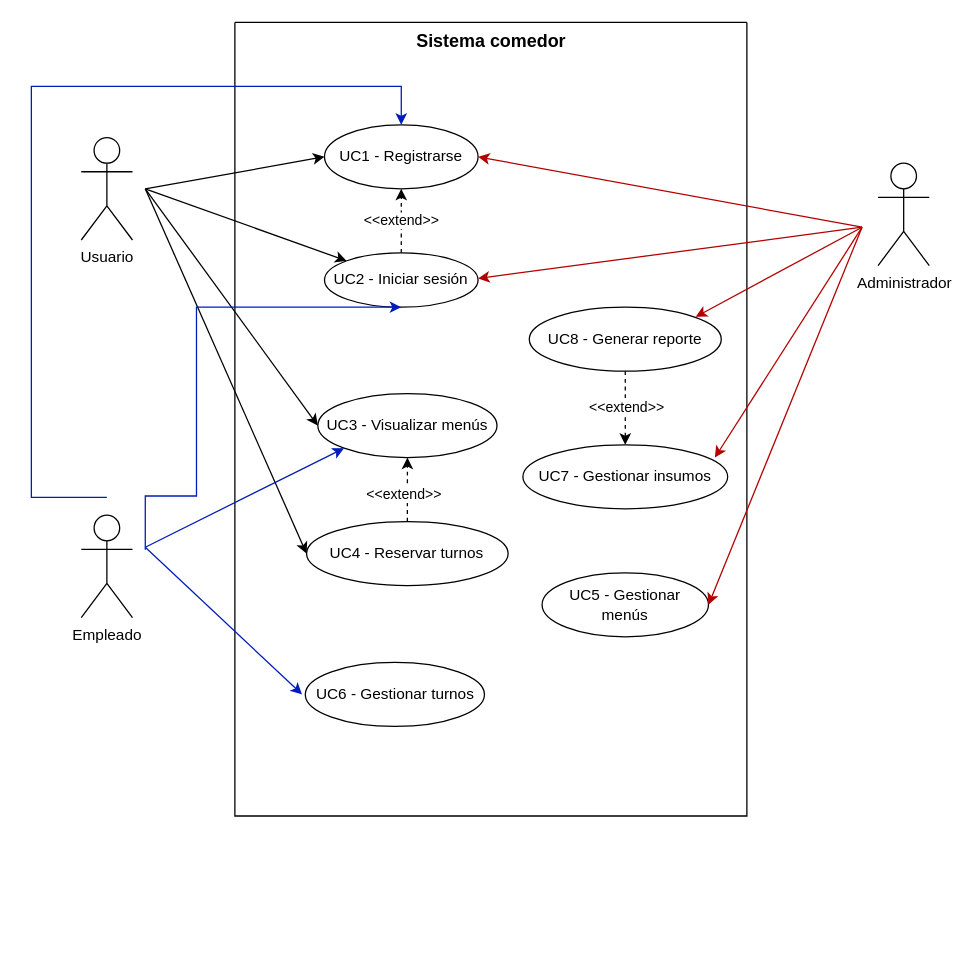
Before: docs/Requisitos/casos_de_uso.drawio.xml in IsaacTou/IS--8---C1-, a draw.io diagram. Source tidied: cells renumbered, new cells numbered last; positions are measured from the earlier drawing's top-left corner, leaving out a move shared by most shapes. Both pictures are drawn from the tidied source at 128%, with x=0, y=0 at pixel (31, 22).
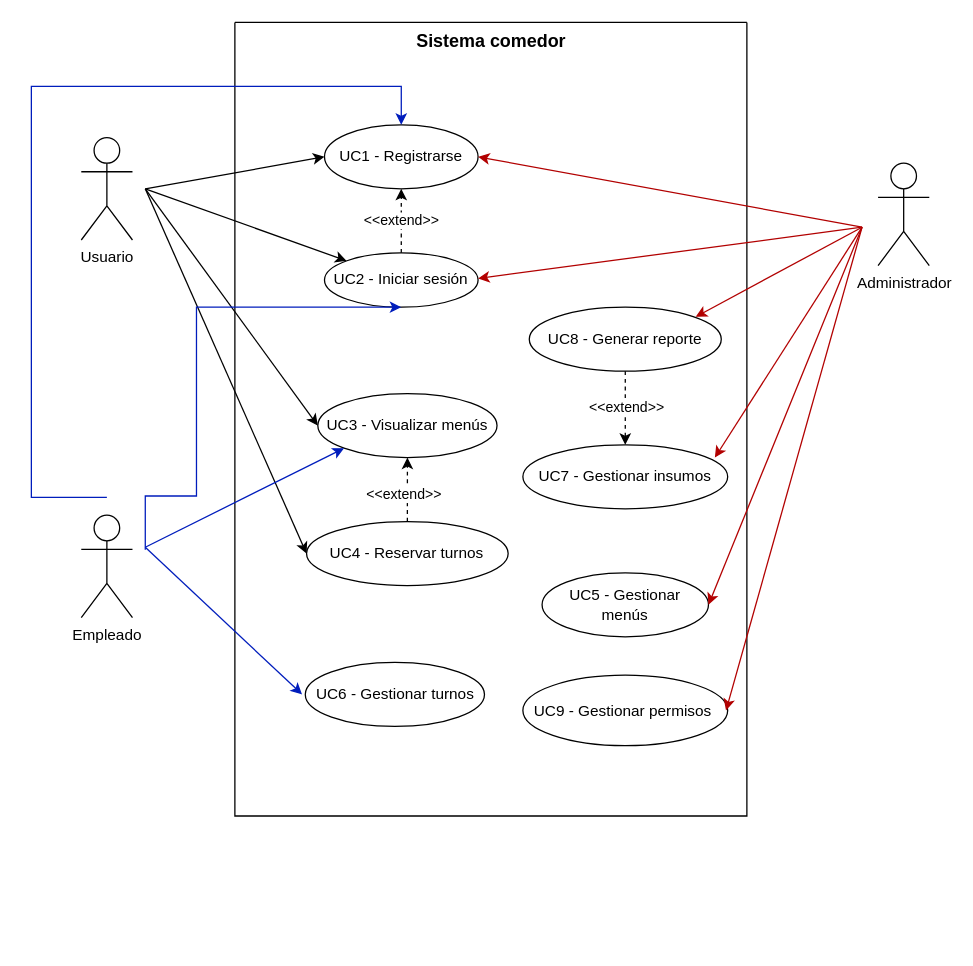
After the change.

Unchanged cells that the change refers to:
```xml
<mxCell id="7" style="swimlane;startSize=0;" parent="6" vertex="1">
  <mxGeometry width="400" height="620" as="geometry" />
</mxCell>
```

Change to the diagram source:
```diff
@@
+    <mxCell id="52" style="group;" parent="7" vertex="1">
+      <mxGeometry x="225" y="510" width="160" height="55" as="geometry" />
+    </mxCell>
+    <mxCell id="53" style="ellipse;whiteSpace=wrap;html=1;" parent="52" vertex="1">
+      <mxGeometry width="160" height="55" as="geometry" />
+    </mxCell>
+    <mxCell id="54" value="UC9 - Gestionar permisos&amp;nbsp;" style="text;html=1;align=center;verticalAlign=middle;whiteSpace=wrap;rounded=0;" parent="52" vertex="1">
+      <mxGeometry x="1.2" y="12.5" width="157.5" height="30" as="geometry" />
+    </mxCell>
@@
+    <mxCell id="55" style="endArrow=classic;html=1;rounded=0;entryX=1;entryY=0.5;entryDx=0;entryDy=0;fillColor=#e51400;strokeColor=#B20000;" parent="1" edge="1" target="54">
+      <mxGeometry relative="1" as="geometry">
+        <mxPoint x="649" y="160" as="sourcePoint" />
+      </mxGeometry>
+    </mxCell>
```
